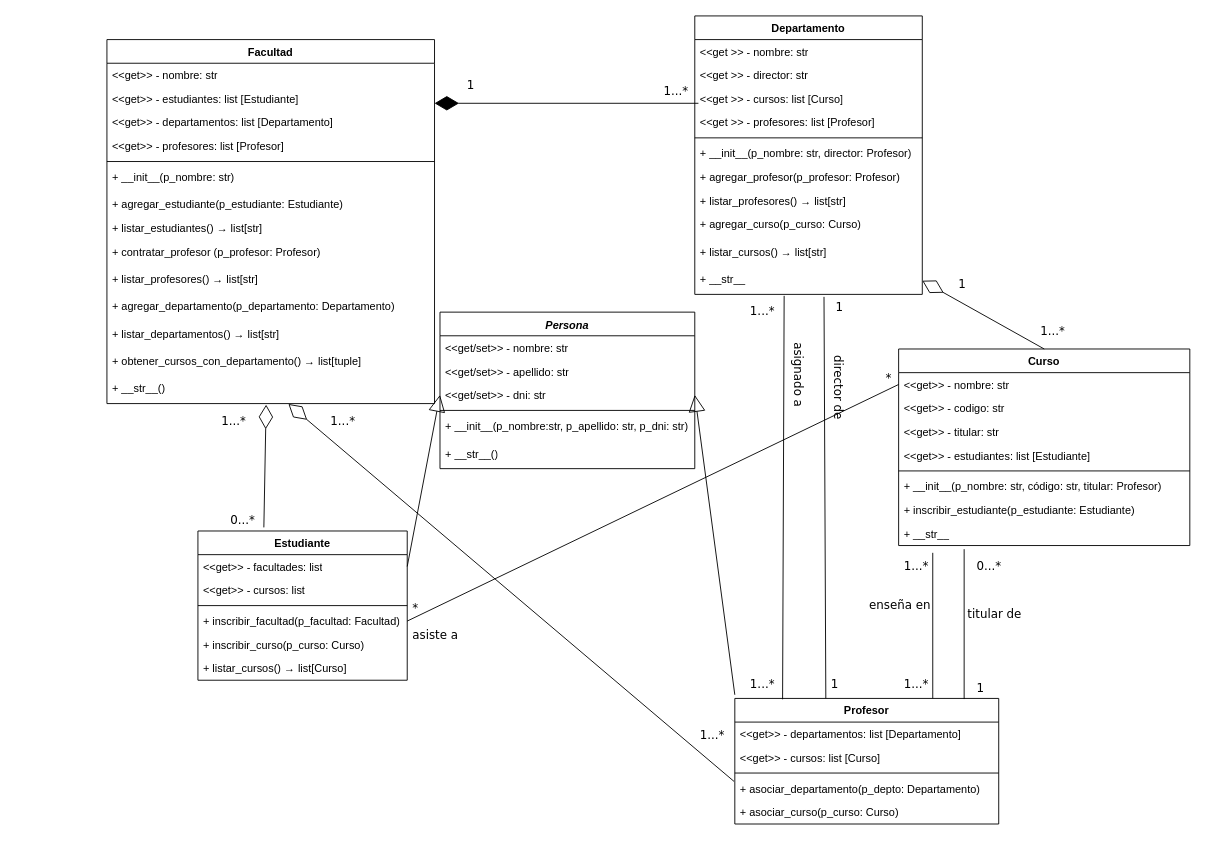
Above: TrabajoPractico_2/proyecto1/docs/diagrama_UML_p1.drawio in FelipeCarrozzo/prog_avanzada (draw.io), before the change. Source tidied: cells renumbered, new cells numbered last; positions are measured from the earlier drawing's top-left corner, leaving out a move shared by most shapes. Both pictures are drawn from the tidied source at 91%, with x=0, y=0 at pixel (106, 15).
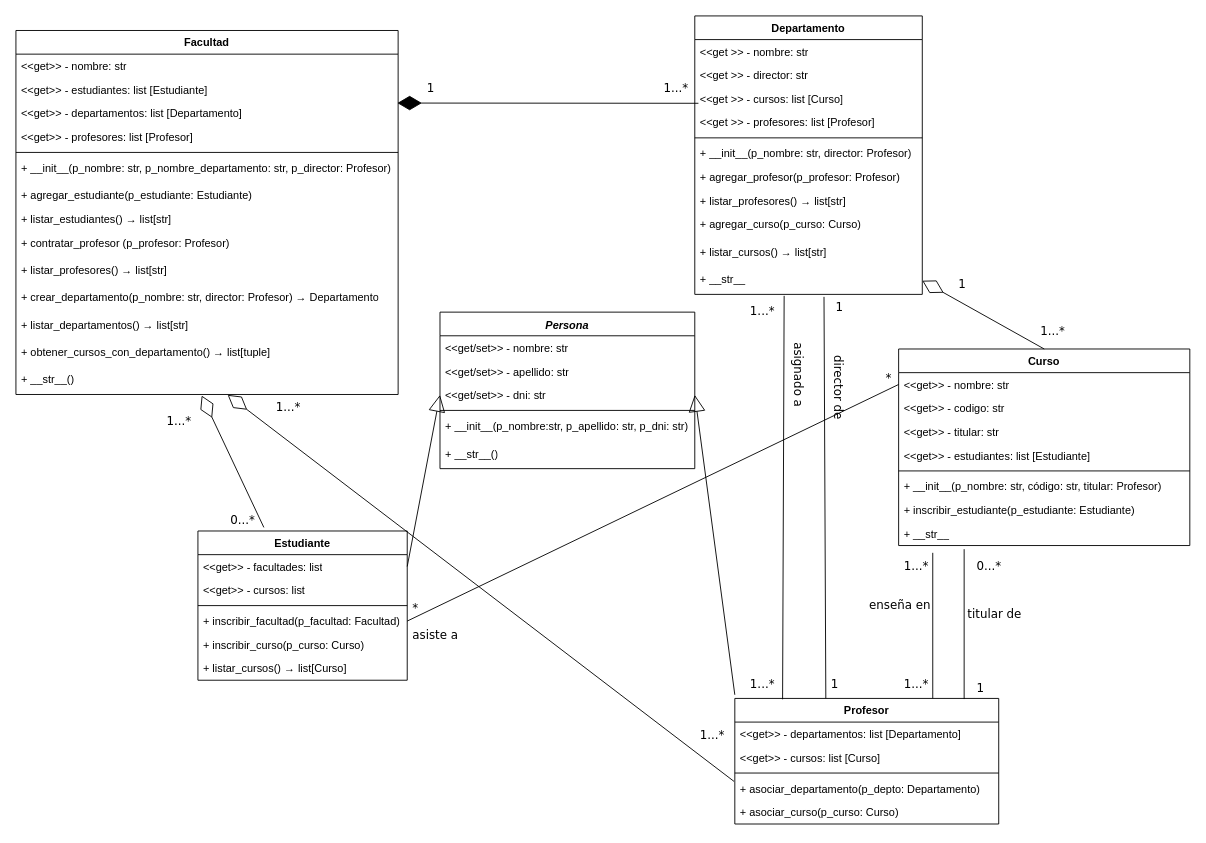
After the change.

What changed in the source:
```diff
@@
     <mxCell id="2" value="Facultad" style="swimlane;fontStyle=1;align=center;verticalAlign=top;horizontal=1;startSize=26;whiteSpace=wrap;html=1;" parent="1" vertex="1">
-      <mxGeometry y="26" width="360" height="400" as="geometry" />
+      <mxGeometry x="-100" y="16" width="420" height="400" as="geometry" />
     </mxCell>
     <mxCell id="3" value="&amp;lt;&amp;lt;get&amp;gt;&amp;gt; - nombre: str" style="text;strokeColor=none;fillColor=none;align=left;verticalAlign=top;spacingLeft=4;spacingRight=4;overflow=hidden;whiteSpace=wrap;html=1;" parent="2" vertex="1">
-      <mxGeometry y="26" width="360" height="26" as="geometry" />
+      <mxGeometry y="26" width="420" height="26" as="geometry" />
     </mxCell>
     <mxCell id="4" value="&amp;lt;&amp;lt;get&amp;gt;&amp;gt; - estudiantes: list [Estudiante]" style="text;strokeColor=none;fillColor=none;align=left;verticalAlign=top;spacingLeft=4;spacingRight=4;overflow=hidden;whiteSpace=wrap;html=1;" parent="2" vertex="1">
-      <mxGeometry y="52" width="360" height="26" as="geometry" />
+      <mxGeometry y="52" width="420" height="26" as="geometry" />
     </mxCell>
     <mxCell id="5" value="&amp;lt;&amp;lt;get&amp;gt;&amp;gt; - departamentos: list [Departamento]" style="text;strokeColor=none;fillColor=none;align=left;verticalAlign=top;spacingLeft=4;spacingRight=4;overflow=hidden;points=[[0,0.5],[1,0.5]];portConstraint=eastwest;whiteSpace=wrap;html=1;" parent="2" vertex="1">
-      <mxGeometry y="78" width="360" height="26" as="geometry" />
+      <mxGeometry y="78" width="420" height="26" as="geometry" />
     </mxCell>
     <mxCell id="6" value="&amp;lt;&amp;lt;get&amp;gt;&amp;gt; - profesores: list [Profesor]" style="text;strokeColor=none;fillColor=none;align=left;verticalAlign=top;spacingLeft=4;spacingRight=4;overflow=hidden;whiteSpace=wrap;html=1;" parent="2" vertex="1">
-      <mxGeometry y="104" width="360" height="26" as="geometry" />
+      <mxGeometry y="104" width="420" height="26" as="geometry" />
     </mxCell>
     <mxCell id="7" style="line;strokeWidth=1;fillColor=none;align=left;verticalAlign=middle;spacingTop=-1;spacingLeft=3;spacingRight=3;labelPosition=right;strokeColor=inherit;" parent="2" vertex="1">
-      <mxGeometry y="130" width="360" height="8" as="geometry" />
+      <mxGeometry y="130" width="420" height="8" as="geometry" />
     </mxCell>
-    <mxCell id="8" value="+ __init__(p_nombre: str)&amp;nbsp;" style="text;strokeColor=none;fillColor=none;align=left;verticalAlign=top;spacingLeft=4;spacingRight=4;overflow=hidden;whiteSpace=wrap;html=1;" parent="2" vertex="1">
-      <mxGeometry y="138" width="360" height="30" as="geometry" />
+    <mxCell id="8" value="+ __init__(p_nombre: str, p_nombre_departamento: str, p_director: Profesor)&amp;nbsp;" style="text;strokeColor=none;fillColor=none;align=left;verticalAlign=top;spacingLeft=4;spacingRight=4;overflow=hidden;whiteSpace=wrap;html=1;" parent="2" vertex="1">
+      <mxGeometry y="138" width="420" height="30" as="geometry" />
     </mxCell>
     <mxCell id="9" value="+ agregar_estudiante(p_estudiante: Estudiante)" style="text;strokeColor=none;fillColor=none;align=left;verticalAlign=top;spacingLeft=4;spacingRight=4;overflow=hidden;whiteSpace=wrap;html=1;" parent="2" vertex="1">
-      <mxGeometry y="168" width="360" height="26" as="geometry" />
+      <mxGeometry y="168" width="420" height="26" as="geometry" />
     </mxCell>
     <mxCell id="10" value="+ listar_estudiantes()&amp;nbsp;→ list[str]" style="text;strokeColor=none;fillColor=none;align=left;verticalAlign=top;spacingLeft=4;spacingRight=4;overflow=hidden;whiteSpace=wrap;html=1;" parent="2" vertex="1">
-      <mxGeometry y="194" width="360" height="26" as="geometry" />
+      <mxGeometry y="194" width="420" height="26" as="geometry" />
     </mxCell>
     <mxCell id="11" value="+ contratar_profesor (p_profesor: Profesor)" style="text;strokeColor=none;fillColor=none;align=left;verticalAlign=top;spacingLeft=4;spacingRight=4;overflow=hidden;whiteSpace=wrap;html=1;" parent="2" vertex="1">
-      <mxGeometry y="220" width="360" height="30" as="geometry" />
+      <mxGeometry y="220" width="420" height="30" as="geometry" />
     </mxCell>
     <mxCell id="12" value="+ listar_profesores()&amp;nbsp;→ list[str]" style="text;strokeColor=none;fillColor=none;align=left;verticalAlign=top;spacingLeft=4;spacingRight=4;overflow=hidden;whiteSpace=wrap;html=1;" parent="2" vertex="1">
-      <mxGeometry y="250" width="360" height="30" as="geometry" />
+      <mxGeometry y="250" width="420" height="30" as="geometry" />
     </mxCell>
-    <mxCell id="13" value="+ agregar_departamento(p_departamento: Departamento)" style="text;strokeColor=none;fillColor=none;align=left;verticalAlign=top;spacingLeft=4;spacingRight=4;overflow=hidden;whiteSpace=wrap;html=1;" parent="2" vertex="1">
-      <mxGeometry y="280" width="360" height="30" as="geometry" />
+    <mxCell id="13" value="+ crear_departamento(p_nombre: str, director: Profesor)&amp;nbsp;&lt;span style=&quot;color: rgb(0, 0, 0);&quot;&gt;→ Departamento&lt;/span&gt;" style="text;strokeColor=none;fillColor=none;align=left;verticalAlign=top;spacingLeft=4;spacingRight=4;overflow=hidden;whiteSpace=wrap;html=1;" parent="2" vertex="1">
+      <mxGeometry y="280" width="420" height="30" as="geometry" />
     </mxCell>
     <mxCell id="14" value="+ listar_departamentos()&amp;nbsp;→ list[str]" style="text;strokeColor=none;fillColor=none;align=left;verticalAlign=top;spacingLeft=4;spacingRight=4;overflow=hidden;whiteSpace=wrap;html=1;" parent="2" vertex="1">
-      <mxGeometry y="310" width="360" height="30" as="geometry" />
+      <mxGeometry y="310" width="420" height="30" as="geometry" />
     </mxCell>
     <mxCell id="15" value="+ obtener_cursos_con_departamento()&amp;nbsp;→ list[tuple]" style="text;strokeColor=none;fillColor=none;align=left;verticalAlign=top;spacingLeft=4;spacingRight=4;overflow=hidden;whiteSpace=wrap;html=1;" parent="2" vertex="1">
-      <mxGeometry y="340" width="360" height="30" as="geometry" />
+      <mxGeometry y="340" width="420" height="30" as="geometry" />
     </mxCell>
     <mxCell id="16" value="+ __str__()&amp;nbsp;" style="text;strokeColor=none;fillColor=none;align=left;verticalAlign=top;spacingLeft=4;spacingRight=4;overflow=hidden;points=[[0,0.5],[1,0.5]];portConstraint=eastwest;whiteSpace=wrap;html=1;" parent="2" vertex="1">
-      <mxGeometry y="370" width="360" height="30" as="geometry" />
+      <mxGeometry y="370" width="420" height="30" as="geometry" />
     </mxCell>
@@
-    <mxCell id="60" style="endArrow=diamondThin;endFill=1;endSize=24;html=1;exitX=-0.006;exitY=0.054;exitDx=0;exitDy=0;exitPerimeter=0;" parent="1" edge="1">
+    <mxCell id="60" style="endArrow=diamondThin;endFill=1;endSize=24;html=1;exitX=-0.006;exitY=0.054;exitDx=0;exitDy=0;exitPerimeter=0;entryX=0.998;entryY=0.067;entryDx=0;entryDy=0;entryPerimeter=0;" parent="1" edge="1" target="5">
       <mxGeometry relative="1" as="geometry">
         <mxPoint x="650" y="96" as="sourcePoint" />
-        <mxPoint x="360" y="96" as="targetPoint" />
       </mxGeometry>
     </mxCell>
     <mxCell id="61" value="&lt;font face=&quot;Verdana&quot; style=&quot;font-size: 13px;&quot;&gt;1&lt;/font&gt;" style="text;strokeColor=none;fillColor=none;align=left;verticalAlign=top;spacingLeft=4;spacingRight=4;overflow=hidden;whiteSpace=wrap;html=1;fontFamily=Helvetica;" parent="1" vertex="1">
-      <mxGeometry x="390" y="62" width="20" height="26" as="geometry" />
+      <mxGeometry x="346" y="65" width="20" height="26" as="geometry" />
     </mxCell>
     <mxCell id="62" value="&lt;font face=&quot;Verdana&quot; style=&quot;font-size: 13px;&quot;&gt;1...*&lt;/font&gt;" style="text;strokeColor=none;fillColor=none;align=left;verticalAlign=top;spacingLeft=4;spacingRight=4;overflow=hidden;whiteSpace=wrap;html=1;fontFamily=Helvetica;" parent="1" vertex="1">
-      <mxGeometry x="606" y="68" width="40" height="20" as="geometry" />
+      <mxGeometry x="606" y="65" width="40" height="20" as="geometry" />
     </mxCell>
@@
     <mxCell id="80" value="&lt;font face=&quot;Verdana&quot; style=&quot;font-size: 13px;&quot;&gt;1...*&lt;/font&gt;" style="text;strokeColor=none;fillColor=none;align=left;verticalAlign=top;spacingLeft=4;spacingRight=4;overflow=hidden;whiteSpace=wrap;html=1;fontFamily=Helvetica;" parent="1" vertex="1">
-      <mxGeometry x="120" y="431" width="40" height="26" as="geometry" />
+      <mxGeometry x="60" y="431" width="40" height="26" as="geometry" />
     </mxCell>
@@
     <mxCell id="82" value="&lt;font face=&quot;Verdana&quot; style=&quot;font-size: 13px;&quot;&gt;1...*&lt;/font&gt;" style="text;strokeColor=none;fillColor=none;align=left;verticalAlign=top;spacingLeft=4;spacingRight=4;overflow=hidden;whiteSpace=wrap;html=1;fontFamily=Helvetica;" parent="1" vertex="1">
-      <mxGeometry x="240" y="431" width="40" height="26" as="geometry" />
+      <mxGeometry x="180" y="416" width="40" height="26" as="geometry" />
     </mxCell>
```
